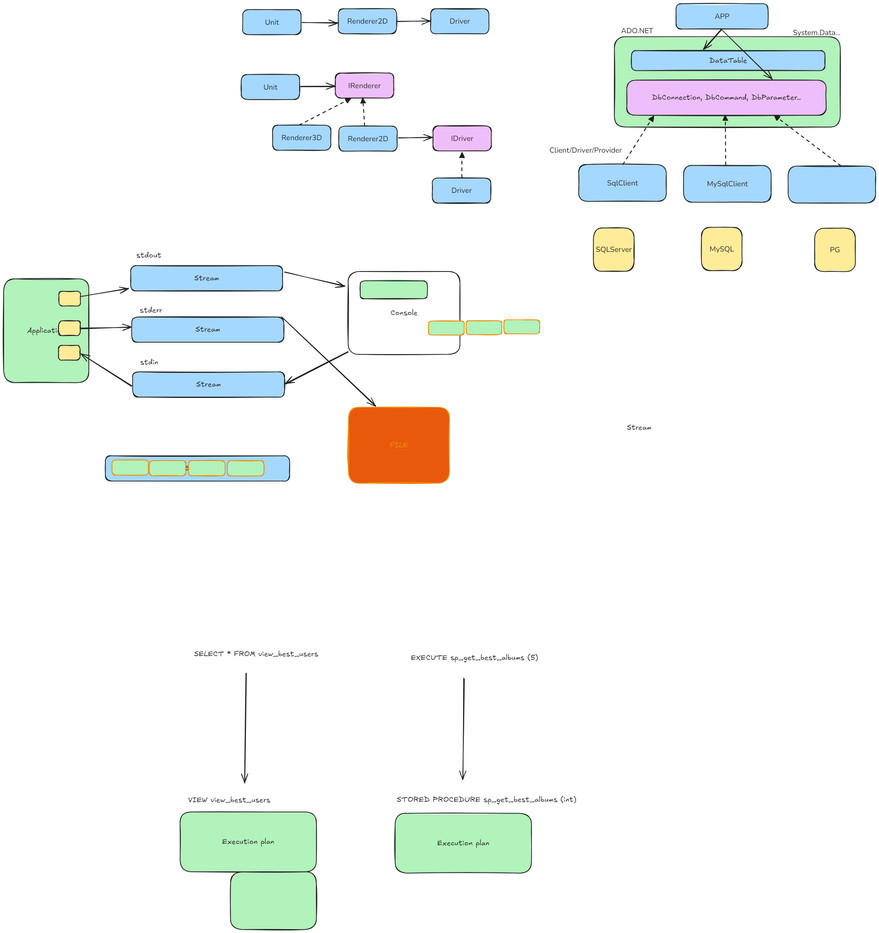
The Excalidraw diagram img/ado_net.exalidraw.png in silvercodes/p32_p34_ado_net_ef, before a commit. Source tidied: one line per element, renumbered; positions are measured from the earlier drawing's top-left corner, leaving out a move shared by most shapes.
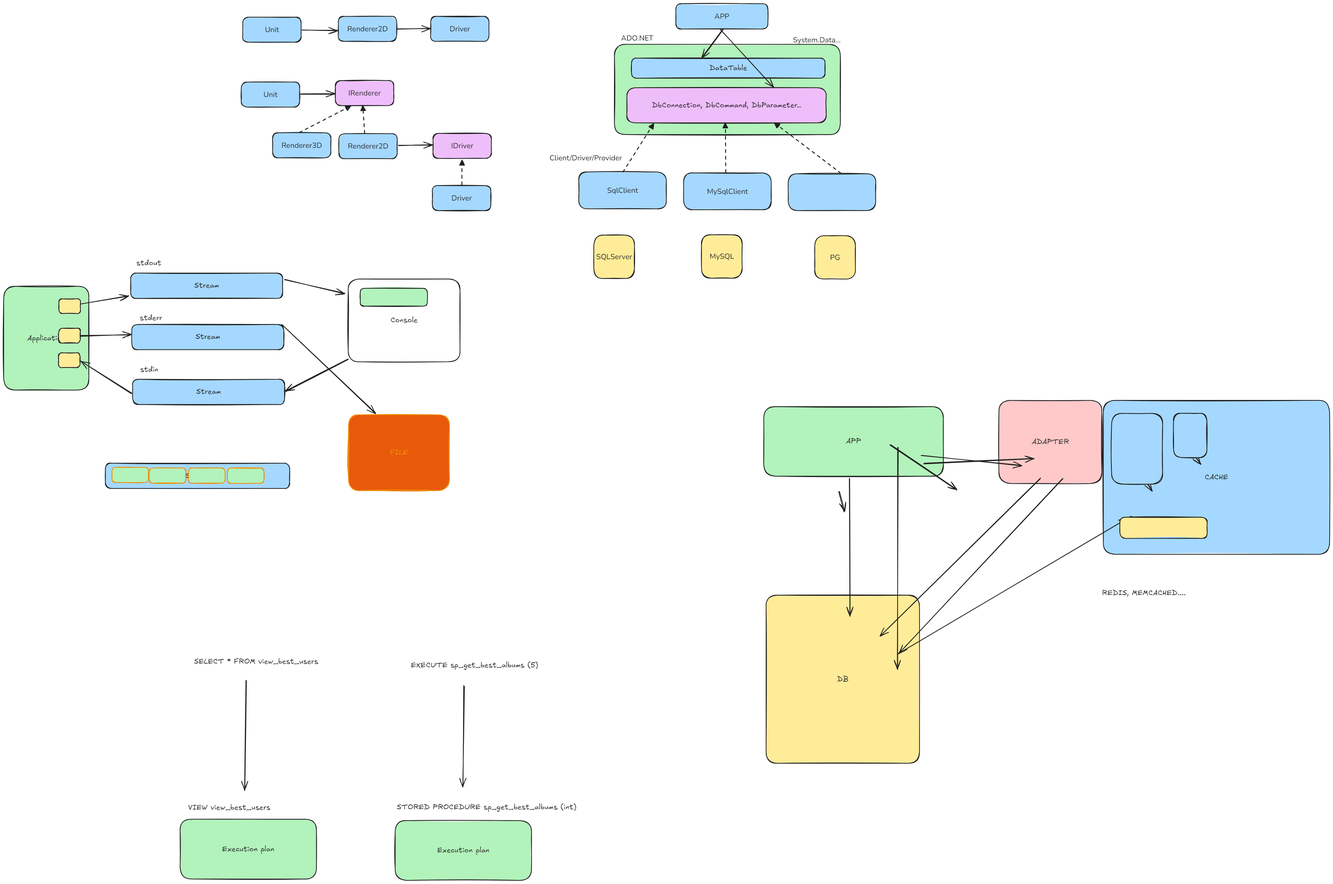
After the commit.

What changed in the source:
```diff
@@ -1,8 +1,8 @@
 {"id": 0, "type": "rectangle", "strokeColor": "#1e1e1e", "backgroundColor": "#b2f2bb", "fillStyle": "solid", "strokeWidth": 2, "roughness": 1, "round": true, "x": 1656, "y": 90, "width": 613, "height": 245}
-{"id": 1, "type": "rectangle", "strokeColor": "#1e1e1e", "backgroundColor": "#a5d8ff", "fillStyle": "solid", "strokeWidth": 2, "roughness": 1, "round": true, "x": 1823, "y": 0, "width": 250, "height": 69}
+{"id": 1, "type": "rectangle", "strokeColor": "#1e1e1e", "backgroundColor": "#a5d8ff", "fillStyle": "solid", "strokeWidth": 2, "roughness": 1, "round": true, "x": 1823, "y": -21, "width": 250, "height": 69}
-{"id": 2, "type": "text", "text": "APP", "strokeColor": "#1e1e1e", "backgroundColor": "#a5d8ff", "fillStyle": "solid", "strokeWidth": 2, "roughness": 1, "fontSize": 20, "fontFamily": 6, "textAlign": "center", "verticalAlign": "middle", "inside": 1, "x": 1928, "y": 21, "width": 40, "height": 27}
+{"id": 2, "type": "text", "text": "APP", "strokeColor": "#1e1e1e", "backgroundColor": "#a5d8ff", "fillStyle": "solid", "strokeWidth": 2, "roughness": 1, "fontSize": 20, "fontFamily": 6, "textAlign": "center", "verticalAlign": "middle", "inside": 1, "x": 1928, "y": 0, "width": 40, "height": 27}
-{"id": 3, "type": "rectangle", "strokeColor": "#1e1e1e", "backgroundColor": "#ffec99", "fillStyle": "solid", "strokeWidth": 2, "roughness": 1, "round": true, "x": 1599, "y": 608, "width": 110, "height": 118}
+{"id": 3, "type": "rectangle", "strokeColor": "#1e1e1e", "backgroundColor": "#ffec99", "fillStyle": "solid", "strokeWidth": 2, "roughness": 1, "round": true, "x": 1600, "y": 607, "width": 110, "height": 118}
-{"id": 4, "type": "text", "text": "SQLServer", "strokeColor": "#1e1e1e", "backgroundColor": "#ffec99", "fillStyle": "solid", "strokeWidth": 2, "roughness": 1, "fontSize": 20, "fontFamily": 6, "textAlign": "center", "verticalAlign": "middle", "inside": 3, "x": 1606, "y": 653, "width": 98, "height": 27}
+{"id": 4, "type": "text", "text": "SQLServer", "strokeColor": "#1e1e1e", "backgroundColor": "#ffec99", "fillStyle": "solid", "strokeWidth": 2, "roughness": 1, "fontSize": 20, "fontFamily": 6, "textAlign": "center", "verticalAlign": "middle", "inside": 3, "x": 1607, "y": 652, "width": 98, "height": 27}
 {"id": 5, "type": "rectangle", "strokeColor": "#1e1e1e", "backgroundColor": "#ffec99", "fillStyle": "solid", "strokeWidth": 2, "roughness": 1, "round": true, "x": 1892, "y": 606, "width": 110, "height": 118}
 {"id": 6, "type": "text", "text": "MySQL", "strokeColor": "#1e1e1e", "backgroundColor": "#ffec99", "fillStyle": "solid", "strokeWidth": 2, "roughness": 1, "fontSize": 20, "fontFamily": 6, "textAlign": "center", "verticalAlign": "middle", "inside": 5, "x": 1915, "y": 652, "width": 66, "height": 27}
 {"id": 7, "type": "rectangle", "strokeColor": "#1e1e1e", "backgroundColor": "#ffec99", "fillStyle": "solid", "strokeWidth": 2, "roughness": 1, "round": true, "x": 2199, "y": 609, "width": 110, "height": 118}
@@ -42,11 +42,11 @@
 {"id": 41, "type": "arrow", "strokeColor": "#1e1e1e", "backgroundColor": "#a5d8ff", "fillStyle": "solid", "strokeWidth": 2, "strokeStyle": "dashed", "roughness": 1, "endArrowhead": "triangle", "round": true, "from": 39, "to": 9, "x": 1959, "y": 438, "width": 2, "height": 134, "points": [[0, 0], [-2, -134]]}
 {"id": 42, "type": "rectangle", "strokeColor": "#1e1e1e", "backgroundColor": "#a5d8ff", "fillStyle": "solid", "strokeWidth": 2, "roughness": 1, "round": true, "x": 2127, "y": 441, "width": 238, "height": 100}
 {"id": 43, "type": "arrow", "strokeColor": "#1e1e1e", "backgroundColor": "#a5d8ff", "fillStyle": "solid", "strokeWidth": 2, "strokeStyle": "dashed", "roughness": 1, "endArrowhead": "triangle", "round": true, "from": 42, "to": 9, "x": 2271, "y": 439, "width": 182, "height": 136, "points": [[0, 0], [-182, -136]]}
-{"id": 44, "type": "arrow", "strokeColor": "#1e1e1e", "backgroundColor": "#a5d8ff", "fillStyle": "solid", "strokeWidth": 2, "roughness": 1, "endArrowhead": "arrow", "round": true, "from": 1, "to": 46, "x": 1947, "y": 69, "width": 50, "height": 55, "points": [[0, 0], [-50, 55]]}
+{"id": 44, "type": "arrow", "strokeColor": "#1e1e1e", "backgroundColor": "#a5d8ff", "fillStyle": "solid", "strokeWidth": 2, "roughness": 1, "endArrowhead": "arrow", "round": true, "from": 1, "to": 46, "x": 1951, "y": 48, "width": 59, "height": 78, "points": [[0, 0], [-59, 78]]}
 {"id": 45, "type": "text", "text": "ADO.NET", "strokeColor": "#1e1e1e", "backgroundColor": "#b2f2bb", "fillStyle": "solid", "strokeWidth": 2, "roughness": 1, "fontSize": 20, "fontFamily": 6, "x": 1674, "y": 60, "width": 87, "height": 27}
 {"id": 46, "type": "rectangle", "strokeColor": "#1e1e1e", "backgroundColor": "#a5d8ff", "fillStyle": "solid", "strokeWidth": 2, "roughness": 1, "round": true, "x": 1703, "y": 127, "width": 525, "height": 54}
 {"id": 47, "type": "text", "text": "DataTable", "strokeColor": "#1e1e1e", "backgroundColor": "#b2f2bb", "fillStyle": "solid", "strokeWidth": 2, "roughness": 1, "fontSize": 20, "fontFamily": 5, "textAlign": "center", "verticalAlign": "middle", "inside": 46, "x": 1914, "y": 142, "width": 102, "height": 25}
-{"id": 48, "type": "arrow", "strokeColor": "#1e1e1e", "backgroundColor": "#a5d8ff", "fillStyle": "solid", "strokeWidth": 2, "roughness": 1, "endArrowhead": "arrow", "round": true, "from": 1, "to": 9, "x": 1946, "y": 70, "width": 138, "height": 136, "points": [[0, 0], [138, 136]]}
+{"id": 48, "type": "arrow", "strokeColor": "#1e1e1e", "backgroundColor": "#a5d8ff", "fillStyle": "solid", "strokeWidth": 2, "roughness": 1, "endArrowhead": "arrow", "round": true, "from": 1, "to": 9, "x": 1942, "y": 49, "width": 146, "height": 158, "points": [[0, 0], [146, 158]]}
 {"id": 49, "type": "text", "text": "Client/Driver/Provider", "strokeColor": "#1e1e1e", "backgroundColor": "#a5d8ff", "fillStyle": "solid", "strokeWidth": 2, "roughness": 1, "fontSize": 20, "fontFamily": 6, "x": 1480, "y": 384, "width": 197, "height": 27}
 {"id": 50, "type": "text", "text": "System.Data...", "strokeColor": "#1e1e1e", "backgroundColor": "#a5d8ff", "fillStyle": "solid", "strokeWidth": 2, "roughness": 1, "fontSize": 20, "fontFamily": 6, "x": 2141, "y": 65, "width": 129, "height": 27}
 {"id": 51, "type": "rectangle", "strokeColor": "#1e1e1e", "backgroundColor": "#b2f2bb", "fillStyle": "solid", "strokeWidth": 2, "roughness": 1, "round": true, "x": 0, "y": 746, "width": 231, "height": 282}
@@ -90,3 +90,15 @@
 {"id": 89, "type": "text", "text": "STORED PROCEDURE sp_get_best_albums (int)", "strokeColor": "#1e1e1e", "backgroundColor": "#b2f2bb", "fillStyle": "solid", "strokeWidth": 2, "roughness": 1, "fontSize": 20, "fontFamily": 5, "x": 1066, "y": 2146, "width": 487, "height": 25}
 {"id": 90, "type": "arrow", "strokeColor": "#1e1e1e", "backgroundColor": "#b2f2bb", "fillStyle": "solid", "strokeWidth": 2, "roughness": 1, "endArrowhead": "arrow", "round": true, "x": 1248, "y": 1830, "width": 3, "height": 273, "points": [[0, 0], [-3, 273]]}
 {"id": 91, "type": "text", "text": "EXECUTE sp_get_best_albums (5)", "strokeColor": "#1e1e1e", "backgroundColor": "#b2f2bb", "fillStyle": "solid", "strokeWidth": 2, "roughness": 1, "fontSize": 20, "fontFamily": 5, "x": 1104, "y": 1762, "width": 396, "height": 25}
+{"id": 92, "type": "rectangle", "strokeColor": "#1e1e1e", "backgroundColor": "#b2f2bb", "fillStyle": "solid", "strokeWidth": 2, "roughness": 1, "round": true, "x": 2061, "y": 1072, "width": 487, "height": 189}
+{"id": 93, "type": "text", "text": "APP", "strokeColor": "#1e1e1e", "backgroundColor": "#a5d8ff", "fillStyle": "solid", "strokeWidth": 2, "roughness": 1, "fontSize": 20, "fontFamily": 5, "textAlign": "center", "verticalAlign": "middle", "inside": 92, "x": 2284, "y": 1154, "width": 41, "height": 25}
+{"id": 94, "type": "rectangle", "strokeColor": "#1e1e1e", "backgroundColor": "#ffec99", "fillStyle": "solid", "strokeWidth": 2, "roughness": 1, "round": true, "x": 2068, "y": 1584, "width": 416, "height": 456}
+{"id": 95, "type": "text", "text": "DB", "strokeColor": "#1e1e1e", "backgroundColor": "#a5d8ff", "fillStyle": "solid", "strokeWidth": 2, "roughness": 1, "fontSize": 20, "fontFamily": 5, "textAlign": "center", "verticalAlign": "middle", "inside": 94, "x": 2260, "y": 1799, "width": 31, "height": 25}
+{"id": 96, "type": "rectangle", "strokeColor": "#1e1e1e", "backgroundColor": "#ffc9c9", "fillStyle": "solid", "strokeWidth": 2, "roughness": 1, "round": true, "x": 2699, "y": 1056, "width": 279, "height": 226}
+{"id": 97, "type": "text", "text": "ADAPTER", "strokeColor": "#1e1e1e", "backgroundColor": "#a5d8ff", "fillStyle": "solid", "strokeWidth": 2, "roughness": 1, "fontSize": 20, "fontFamily": 5, "textAlign": "center", "verticalAlign": "middle", "inside": 96, "x": 2788, "y": 1156, "width": 102, "height": 25}
+{"id": 98, "type": "rectangle", "strokeColor": "#1e1e1e", "backgroundColor": "#a5d8ff", "fillStyle": "solid", "strokeWidth": 2, "roughness": 1, "round": true, "x": 2982, "y": 1056, "width": 614, "height": 418}
+{"id": 99, "type": "text", "text": "CACHE", "strokeColor": "#1e1e1e", "backgroundColor": "#a5d8ff", "fillStyle": "solid", "strokeWidth": 2, "roughness": 1, "fontSize": 20, "fontFamily": 5, "textAlign": "center", "verticalAlign": "middle", "inside": 98, "x": 3257, "y": 1252, "width": 64, "height": 25}
+{"id": 100, "type": "rectangle", "strokeColor": "#1e1e1e", "backgroundColor": "#a5d8ff", "fillStyle": "solid", "strokeWidth": 2, "roughness": 1, "round": true, "x": 3005, "y": 1091, "width": 138, "height": 192}
+{"id": 101, "type": "rectangle", "strokeColor": "#1e1e1e", "backgroundColor": "#a5d8ff", "fillStyle": "solid", "strokeWidth": 2, "roughness": 1, "round": true, "x": 3173, "y": 1091, "width": 90, "height": 120}
+{"id": 102, "type": "text", "text": "REDIS, MEMCACHED....", "strokeColor": "#1e1e1e", "backgroundColor": "#a5d8ff", "fillStyle": "solid", "strokeWidth": 2, "roughness": 1, "fontSize": 20, "fontFamily": 5, "x": 2978, "y": 1566, "width": 227, "height": 25}
+{"id": 103, "type": "rectangle", "strokeColor": "#1e1e1e", "backgroundColor": "#ffec99", "fillStyle": "solid", "strokeWidth": 2, "roughness": 1, "round": true, "x": 3027, "y": 1372, "width": 237, "height": 57}
```
